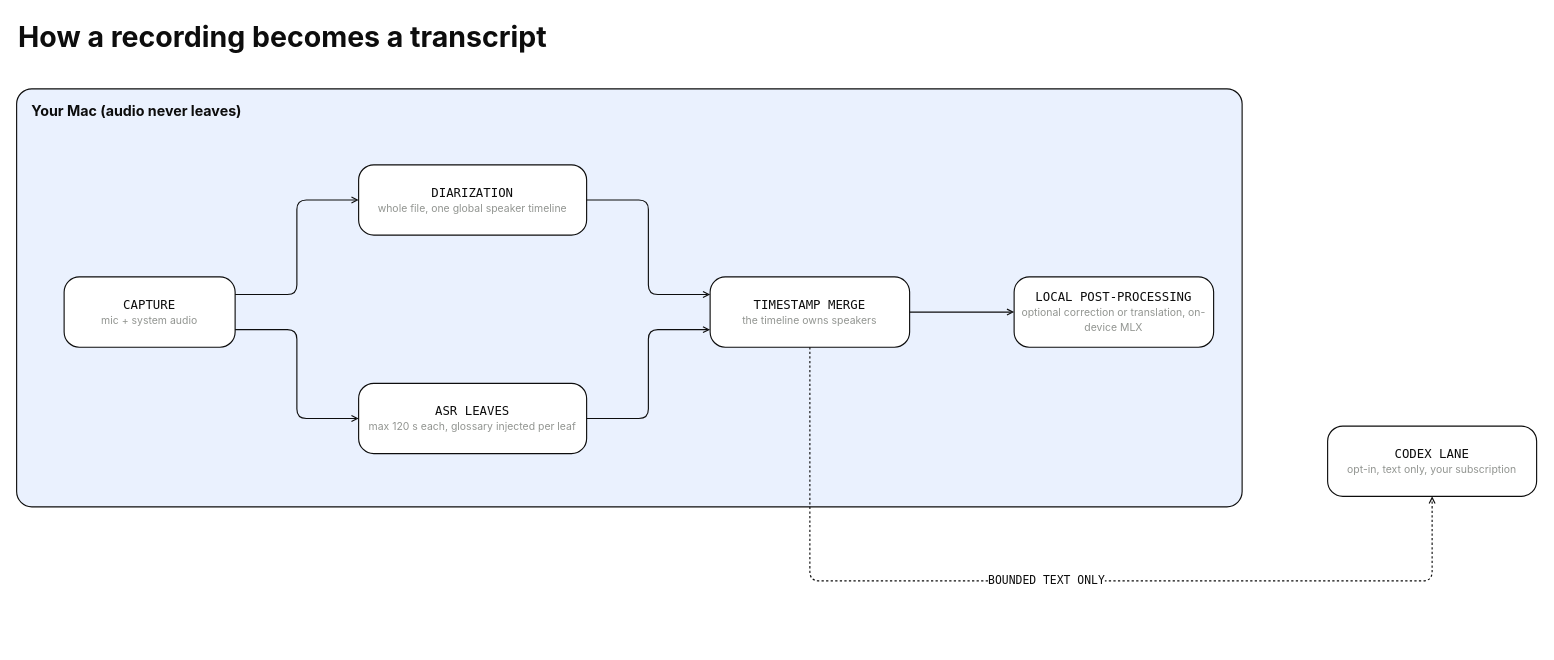
Above: docs/assets/pipeline.drawio in gigio1023/maccheroni (draw.io), before the change. Source tidied: cells renumbered, new cells numbered last; positions are measured from the earlier drawing's top-left corner, leaving out a move shared by most shapes. Both pictures are drawn from the tidied source at 95%, with x=0, y=0 at pixel (16, 16).
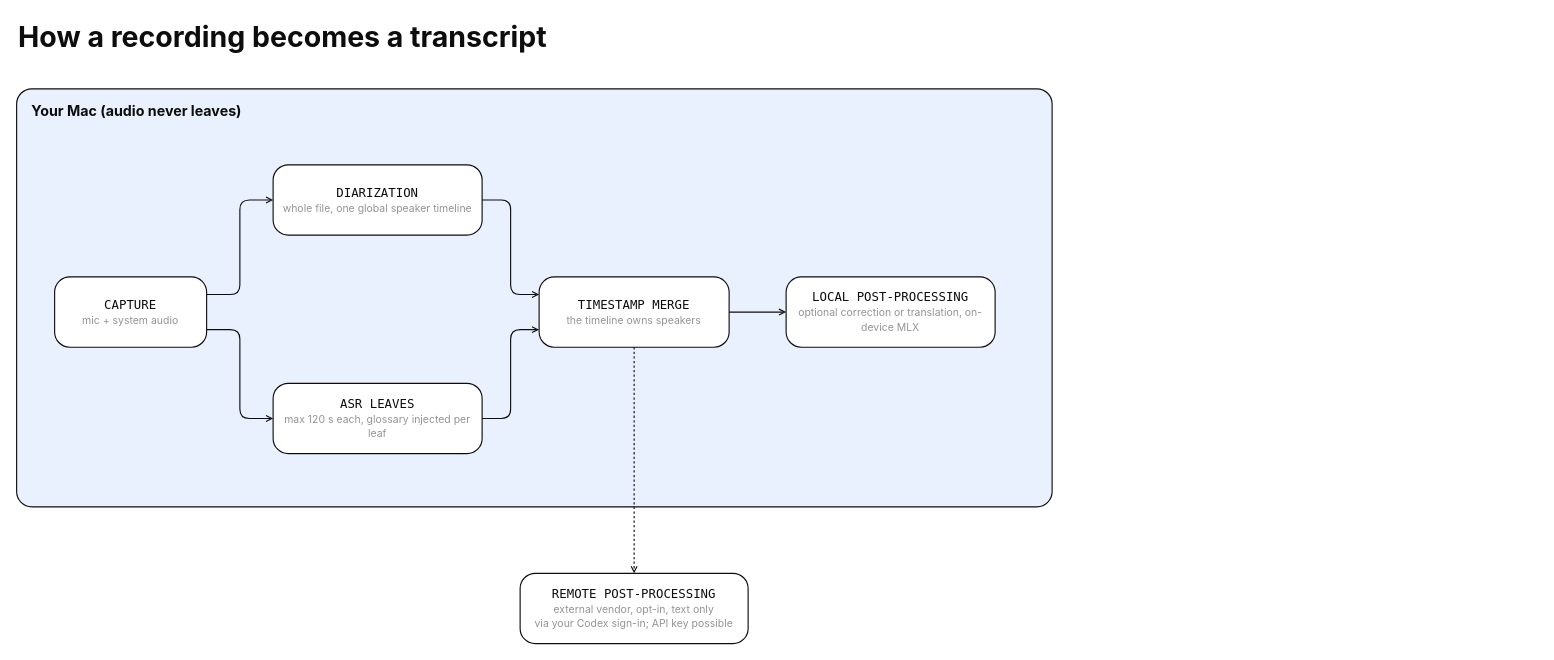
The same page after the edit.

What changed in the source:
```diff
@@
 <mxGraphModel>
   <root>
     <mxCell id="0" />
     <mxCell id="1" parent="0" />
     <mxCell id="2" value="How a recording becomes a transcript" style="text;html=1;strokeColor=none;fillColor=none;align=left;verticalAlign=middle;fontFamily=Inter, Helvetica Neue, Helvetica, sans-serif;fontSize=30;fontStyle=1;fontColor=#0D0D0D;" parent="1" vertex="1">
       <mxGeometry width="820" height="40" as="geometry" />
     </mxCell>
     <mxCell id="3" value="Your Mac (audio never leaves)" style="rounded=1;absoluteArcSize=1;arcSize=32;whiteSpace=wrap;html=1;fillColor=#EAF1FE;strokeColor=#0D0D0D;strokeWidth=1.2;fontColor=#0D0D0D;fontFamily=Inter, Helvetica Neue, Helvetica, sans-serif;fontSize=15;fontStyle=1;verticalAlign=top;align=left;spacingLeft=14;spacingTop=8;shadow=0;" parent="1" vertex="1">
-      <mxGeometry y="76" width="1290" height="440" as="geometry" />
+      <mxGeometry y="76" width="1090" height="440" as="geometry" />
     </mxCell>
     <mxCell id="4" value="CAPTURE&lt;br&gt;&lt;font face=&quot;Inter, Helvetica Neue, Helvetica, sans-serif&quot; style=&quot;font-size:11px&quot; color=&quot;#929591&quot;&gt;mic + system audio&lt;/font&gt;" style="rounded=1;absoluteArcSize=1;arcSize=32;whiteSpace=wrap;html=1;fillColor=#FFFFFF;strokeColor=#0D0D0D;strokeWidth=1.2;fontColor=#0D0D0D;fontFamily=IBM Plex Mono, Menlo, monospace;fontSize=13;align=center;spacing=8;shadow=0;" parent="1" vertex="1">
-      <mxGeometry x="50" y="274" width="180" height="74" as="geometry" />
+      <mxGeometry x="40" y="274" width="160" height="74" as="geometry" />
     </mxCell>
     <mxCell id="5" value="DIARIZATION&lt;br&gt;&lt;font face=&quot;Inter, Helvetica Neue, Helvetica, sans-serif&quot; style=&quot;font-size:11px&quot; color=&quot;#929591&quot;&gt;whole file, one global speaker timeline&lt;/font&gt;" style="rounded=1;absoluteArcSize=1;arcSize=32;whiteSpace=wrap;html=1;fillColor=#FFFFFF;strokeColor=#0D0D0D;strokeWidth=1.2;fontColor=#0D0D0D;fontFamily=IBM Plex Mono, Menlo, monospace;fontSize=13;align=center;spacing=8;shadow=0;" parent="1" vertex="1">
-      <mxGeometry x="360" y="156" width="240" height="74" as="geometry" />
+      <mxGeometry x="270" y="156" width="220" height="74" as="geometry" />
     </mxCell>
     <mxCell id="6" value="ASR LEAVES&lt;br&gt;&lt;font face=&quot;Inter, Helvetica Neue, Helvetica, sans-serif&quot; style=&quot;font-size:11px&quot; color=&quot;#929591&quot;&gt;max 120 s each, glossary injected per leaf&lt;/font&gt;" style="rounded=1;absoluteArcSize=1;arcSize=32;whiteSpace=wrap;html=1;fillColor=#FFFFFF;strokeColor=#0D0D0D;strokeWidth=1.2;fontColor=#0D0D0D;fontFamily=IBM Plex Mono, Menlo, monospace;fontSize=13;align=center;spacing=8;shadow=0;" parent="1" vertex="1">
-      <mxGeometry x="360" y="386" width="240" height="74" as="geometry" />
+      <mxGeometry x="270" y="386" width="220" height="74" as="geometry" />
     </mxCell>
     <mxCell id="7" value="TIMESTAMP MERGE&lt;br&gt;&lt;font face=&quot;Inter, Helvetica Neue, Helvetica, sans-serif&quot; style=&quot;font-size:11px&quot; color=&quot;#929591&quot;&gt;the timeline owns speakers&lt;/font&gt;" style="rounded=1;absoluteArcSize=1;arcSize=32;whiteSpace=wrap;html=1;fillColor=#FFFFFF;strokeColor=#0D0D0D;strokeWidth=1.2;fontColor=#0D0D0D;fontFamily=IBM Plex Mono, Menlo, monospace;fontSize=13;align=center;spacing=8;shadow=0;" parent="1" vertex="1">
-      <mxGeometry x="730" y="274" width="210" height="74" as="geometry" />
+      <mxGeometry x="550" y="274" width="200" height="74" as="geometry" />
     </mxCell>
     <mxCell id="8" value="LOCAL POST-PROCESSING&lt;br&gt;&lt;font face=&quot;Inter, Helvetica Neue, Helvetica, sans-serif&quot; style=&quot;font-size:11px&quot; color=&quot;#929591&quot;&gt;optional correction or translation, on-device MLX&lt;/font&gt;" style="rounded=1;absoluteArcSize=1;arcSize=32;whiteSpace=wrap;html=1;fillColor=#FFFFFF;strokeColor=#0D0D0D;strokeWidth=1.2;fontColor=#0D0D0D;fontFamily=IBM Plex Mono, Menlo, monospace;fontSize=13;align=center;spacing=8;shadow=0;" parent="1" vertex="1">
-      <mxGeometry x="1050" y="274" width="210" height="74" as="geometry" />
+      <mxGeometry x="810" y="274" width="220" height="74" as="geometry" />
     </mxCell>
-    <mxCell id="9" value="CODEX LANE&lt;br&gt;&lt;font face=&quot;Inter, Helvetica Neue, Helvetica, sans-serif&quot; style=&quot;font-size:11px&quot; color=&quot;#929591&quot;&gt;opt-in, text only, your subscription&lt;/font&gt;" style="rounded=1;absoluteArcSize=1;arcSize=32;whiteSpace=wrap;html=1;fillColor=#FFFFFF;strokeColor=#0D0D0D;strokeWidth=1.2;fontColor=#0D0D0D;fontFamily=IBM Plex Mono, Menlo, monospace;fontSize=13;align=center;spacing=8;shadow=0;" parent="1" vertex="1">
-      <mxGeometry x="1380" y="431" width="220" height="74" as="geometry" />
+    <mxCell id="9" value="REMOTE POST-PROCESSING&lt;br&gt;&lt;font face=&quot;Inter, Helvetica Neue, Helvetica, sans-serif&quot; style=&quot;font-size:11px&quot; color=&quot;#929591&quot;&gt;external vendor, opt-in, text only&lt;br&gt;via your Codex sign-in; API key possible&lt;/font&gt;" style="rounded=1;absoluteArcSize=1;arcSize=32;whiteSpace=wrap;html=1;fillColor=#FFFFFF;strokeColor=#0D0D0D;strokeWidth=1.2;fontColor=#0D0D0D;fontFamily=IBM Plex Mono, Menlo, monospace;fontSize=13;align=center;spacing=8;shadow=0;" parent="1" vertex="1">
+      <mxGeometry x="530" y="586" width="240" height="74" as="geometry" />
     </mxCell>
     <mxCell id="10" style="edgeStyle=orthogonalEdgeStyle;rounded=1;html=1;strokeColor=#0D0D0D;strokeWidth=1.2;endArrow=open;endFill=0;endSize=5;startArrow=none;exitX=1;exitY=0.25;entryX=0;entryY=0.5;" parent="1" edge="1" source="4" target="5">
       <mxGeometry relative="1" as="geometry" />
     </mxCell>
     <mxCell id="11" style="edgeStyle=orthogonalEdgeStyle;rounded=1;html=1;strokeColor=#0D0D0D;strokeWidth=1.2;endArrow=open;endFill=0;endSize=5;startArrow=none;exitX=1;exitY=0.75;entryX=0;entryY=0.5;" parent="1" edge="1" source="4" target="6">
       <mxGeometry relative="1" as="geometry" />
     </mxCell>
     <mxCell id="12" style="edgeStyle=orthogonalEdgeStyle;rounded=1;html=1;strokeColor=#0D0D0D;strokeWidth=1.2;endArrow=open;endFill=0;endSize=5;startArrow=none;exitX=1;exitY=0.5;entryX=0;entryY=0.25;" parent="1" edge="1" source="5" target="7">
       <mxGeometry relative="1" as="geometry" />
     </mxCell>
     <mxCell id="13" style="edgeStyle=orthogonalEdgeStyle;rounded=1;html=1;strokeColor=#0D0D0D;strokeWidth=1.2;endArrow=open;endFill=0;endSize=5;startArrow=none;exitX=1;exitY=0.5;entryX=0;entryY=0.75;" parent="1" edge="1" source="6" target="7">
       <mxGeometry relative="1" as="geometry" />
     </mxCell>
     <mxCell id="14" style="edgeStyle=orthogonalEdgeStyle;rounded=1;html=1;strokeColor=#0D0D0D;strokeWidth=1.2;endArrow=open;endFill=0;endSize=5;startArrow=none;exitX=1;exitY=0.5;entryX=0;entryY=0.5;" parent="1" edge="1" source="7" target="8">
       <mxGeometry relative="1" as="geometry" />
     </mxCell>
-    <mxCell id="15" value="BOUNDED TEXT ONLY" style="edgeStyle=orthogonalEdgeStyle;rounded=1;html=1;strokeColor=#0D0D0D;strokeWidth=1.2;endArrow=open;endFill=0;endSize=5;startArrow=none;dashed=1;dashPattern=2 2;exitX=0.5;exitY=1;entryX=0.5;entryY=1;fontFamily=IBM Plex Mono, Menlo, monospace;fontSize=12;fontColor=#0D0D0D;labelBackgroundColor=#FFFFFF;" parent="1" edge="1" source="7" target="9">
-      <mxGeometry relative="1" as="geometry">
-        <Array as="points">
-          <mxPoint x="835" y="594" />
-          <mxPoint x="1490" y="594" />
-        </Array>
-      </mxGeometry>
+    <mxCell id="15" style="edgeStyle=orthogonalEdgeStyle;rounded=1;html=1;strokeColor=#0D0D0D;strokeWidth=1.2;endArrow=open;endFill=0;endSize=5;startArrow=none;dashed=1;dashPattern=2 2;exitX=0.5;exitY=1;entryX=0.5;entryY=0;" parent="1" edge="1" source="7" target="9">
+      <mxGeometry relative="1" as="geometry" />
     </mxCell>
   </root>
 </mxGraphModel>
```
